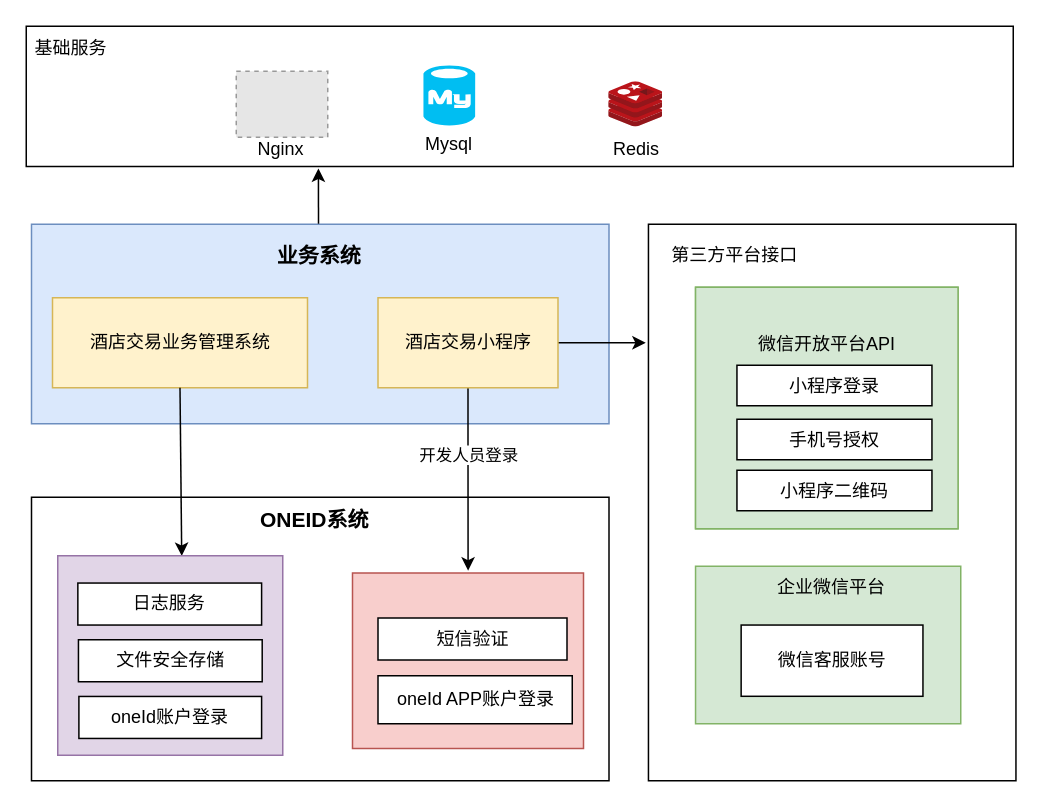
This is 系统架构图.drawio from kivawjc/decade, a draw.io file, before an edit. Source tidied: cells renumbered, new cells numbered last; positions are measured from the earlier drawing's top-left corner, leaving out a move shared by most shapes. Both pictures are drawn from the tidied source at 150%, with x=0, y=0 at pixel (26, 26). Pictures stored in the file or linked from it are replaced by grey dashed boxes.
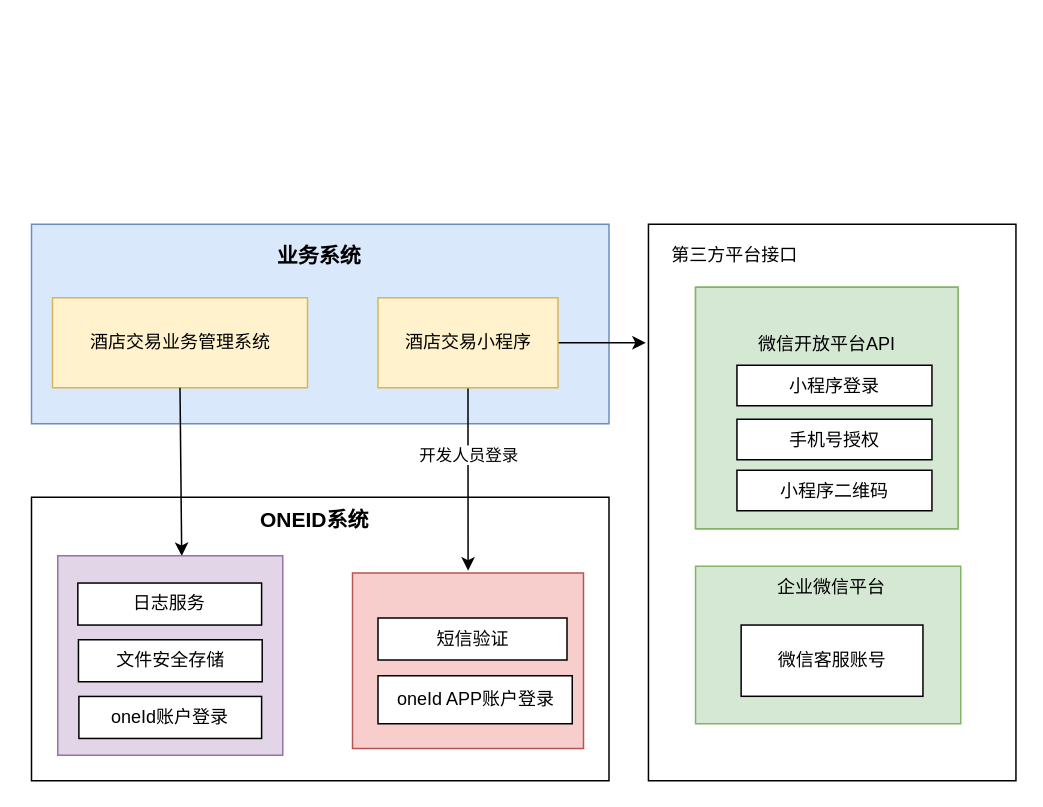
After the change.

Commit message:
更新系统架构图.drawio

Unchanged cells that the change refers to:
```xml
<mxCell id="18" style="rounded=0;whiteSpace=wrap;html=1;fillColor=#dae8fc;strokeColor=#6c8ebf;" parent="1" vertex="1">
  <mxGeometry x="3.5" y="132" width="385" height="133" as="geometry" />
</mxCell>
```

Diff of the diagram source:
```diff
@@
-    <mxCell id="30" style="group;" parent="1" vertex="1">
-      <mxGeometry width="658" height="97.4" as="geometry" />
-    </mxCell>
-    <mxCell id="31" style="rounded=0;whiteSpace=wrap;html=1;" parent="30" vertex="1">
-      <mxGeometry width="658" height="93.5" as="geometry" />
-    </mxCell>
-    <mxCell id="32" value="基础服务" style="text;html=1;strokeColor=none;fillColor=none;align=center;verticalAlign=middle;whiteSpace=wrap;rounded=0;" parent="30" vertex="1">
-      <mxGeometry width="60" height="30" as="geometry" />
-    </mxCell>
-    <mxCell id="33" style="group;" parent="30" vertex="1">
-      <mxGeometry x="140" y="30" width="61" height="67.4" as="geometry" />
-    </mxCell>
-    <mxCell id="34" style="fillColor=#E6E6E6;strokeColor=#999999;dashed=1;verticalLabelPosition=bottom;labelBackgroundColor=default;verticalAlign=top;" parent="33" vertex="1">
-      <mxGeometry width="61" height="44" as="geometry" />
-    </mxCell>
-    <mxCell id="35" value="Nginx" style="text;html=1;strokeColor=none;fillColor=none;align=center;verticalAlign=middle;whiteSpace=wrap;rounded=0;" parent="33" vertex="1">
-      <mxGeometry y="37.4" width="60" height="30" as="geometry" />
-    </mxCell>
-    <mxCell id="36" style="group;" parent="30" vertex="1">
-      <mxGeometry x="376.5" y="37.1" width="60" height="60.2" as="geometry" />
-    </mxCell>
-    <mxCell id="37" style="image;sketch=0;html=1;align=center;fontSize=12;image=img/lib/mscae/Cache_Redis_Product.svg;" parent="36" vertex="1">
-      <mxGeometry x="12" width="36" height="30.2" as="geometry" />
-    </mxCell>
-    <mxCell id="38" value="Redis" style="text;html=1;strokeColor=none;fillColor=none;align=center;verticalAlign=middle;whiteSpace=wrap;rounded=0;" parent="36" vertex="1">
-      <mxGeometry y="30.2" width="60" height="30" as="geometry" />
-    </mxCell>
-    <mxCell id="39" style="group;" parent="30" vertex="1">
-      <mxGeometry x="252" y="26.1" width="60" height="67.4" as="geometry" />
-    </mxCell>
-    <mxCell id="40" style="verticalLabelPosition=bottom;html=1;verticalAlign=top;align=center;strokeColor=none;fillColor=#00BEF2;shape=mxgraph.azure.mysql_database;" parent="39" vertex="1">
-      <mxGeometry x="12.8" width="34.5" height="40" as="geometry" />
-    </mxCell>
-    <mxCell id="41" value="Mysql" style="text;html=1;strokeColor=none;fillColor=none;align=center;verticalAlign=middle;whiteSpace=wrap;rounded=0;" parent="39" vertex="1">
-      <mxGeometry y="37.4" width="60" height="30" as="geometry" />
-    </mxCell>
-    <mxCell id="42" style="endArrow=classic;html=1;rounded=0;entryX=0.296;entryY=1.014;entryDx=0;entryDy=0;entryPerimeter=0;exitX=0.497;exitY=-0.003;exitDx=0;exitDy=0;exitPerimeter=0;" parent="1" edge="1" source="18" target="31">
-      <mxGeometry relative="1" as="geometry" />
-    </mxCell>
```
